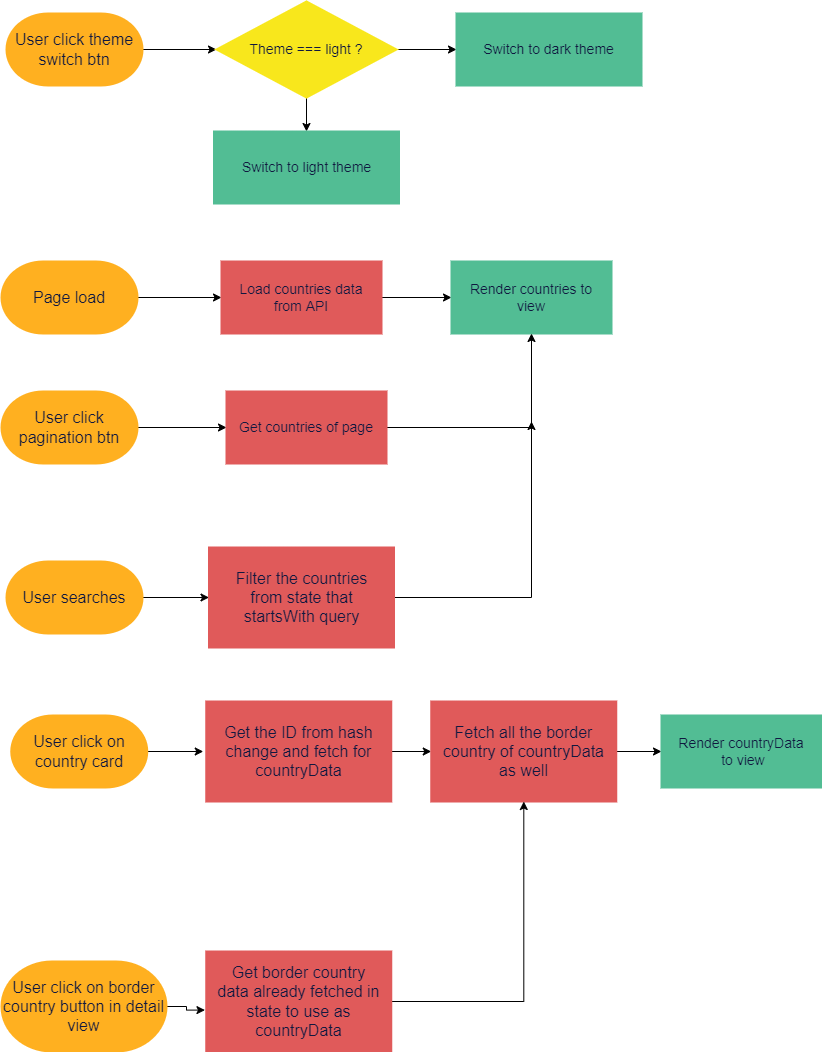
This is img/JS_Country_Project_Flowchart.drawio.png from minnphuc/JS-Country-Project, a draw.io export, as it was before one commit. Source tidied: cells renumbered, new cells last; positions are measured from the earlier drawing's top-left corner, leaving out a move shared by most shapes. The source it was exported from:
```xml
<mxGraphModel>
  <root>
    <mxCell id="0" />
    <mxCell id="1" parent="0" />
    <mxCell id="2" style="edgeStyle=orthogonalEdgeStyle;rounded=0;jettySize=auto;html=1;entryX=0;entryY=0.5;entryDx=0;entryDy=0;" parent="1" edge="1" source="3" target="5">
      <mxGeometry relative="1" as="geometry" />
    </mxCell>
    <mxCell id="3" value="Page load" style="fontSize=16;zwfType=basicShape;strokeWidth=2;html=1;shape=mxgraph.flowchart.terminator;whiteSpace=wrap;strokeColor=#FFB020;fontColor=#101840;fillColor=#FFB020;" parent="1" vertex="1">
      <mxGeometry y="260" width="136" height="72" as="geometry" />
    </mxCell>
    <mxCell id="4" style="edgeStyle=orthogonalEdgeStyle;rounded=0;jettySize=auto;html=1;entryX=0;entryY=0.5;entryDx=0;entryDy=0;" parent="1" edge="1" source="5" target="6">
      <mxGeometry relative="1" as="geometry" />
    </mxCell>
    <mxCell id="5" value="Load countries data from API" style="fontSize=14;spacingLeft=10;spacingRight=10;zwfType=basicShape;rounded=0;strokeWidth=2;strokeColor=#e05a5a;whiteSpace=wrap;html=1;fontColor=#101840;fillColor=#e05a5a;" parent="1" vertex="1">
      <mxGeometry x="220" y="260" width="160" height="72" as="geometry" />
    </mxCell>
    <mxCell id="6" value="Render countries to view" style="fontSize=14;spacingLeft=10;spacingRight=10;zwfType=basicShape;rounded=0;strokeWidth=2;strokeColor=#52BD94;whiteSpace=wrap;html=1;fontColor=#101840;fillColor=#52BD94;" parent="1" vertex="1">
      <mxGeometry x="450" y="260" width="160" height="72" as="geometry" />
    </mxCell>
    <mxCell id="7" style="edgeStyle=orthogonalEdgeStyle;rounded=0;jettySize=auto;html=1;entryX=0;entryY=0.5;entryDx=0;entryDy=0;" parent="1" edge="1" source="8" target="10">
      <mxGeometry relative="1" as="geometry" />
    </mxCell>
    <mxCell id="8" value="User searches" style="fontSize=16;zwfType=basicShape;strokeWidth=2;html=1;shape=mxgraph.flowchart.terminator;whiteSpace=wrap;strokeColor=#FFB020;fontColor=#101840;fillColor=#FFB020;" parent="1" vertex="1">
      <mxGeometry x="5" y="560" width="136" height="72" as="geometry" />
    </mxCell>
    <mxCell id="9" style="edgeStyle=orthogonalEdgeStyle;rounded=0;jettySize=auto;html=1;" parent="1" edge="1" source="10">
      <mxGeometry relative="1" as="geometry">
        <mxPoint x="530" y="420" as="targetPoint" />
      </mxGeometry>
    </mxCell>
    <mxCell id="10" value="Filter the countries from state that startsWith query" style="fontSize=16;spacingLeft=10;spacingRight=10;zwfType=basicShape;rounded=0;strokeWidth=2;strokeColor=#e05a5a;whiteSpace=wrap;html=1;fontColor=#101840;fillColor=#e05a5a;" parent="1" vertex="1">
      <mxGeometry x="207.5" y="546" width="185" height="100" as="geometry" />
    </mxCell>
    <mxCell id="11" style="edgeStyle=orthogonalEdgeStyle;rounded=0;jettySize=auto;html=1;" parent="1" edge="1" source="12" target="14">
      <mxGeometry relative="1" as="geometry" />
    </mxCell>
    <mxCell id="12" value="User click pagination btn" style="fontSize=16;zwfType=basicShape;strokeWidth=2;html=1;shape=mxgraph.flowchart.terminator;whiteSpace=wrap;strokeColor=#FFB020;fontColor=#101840;fillColor=#FFB020;" parent="1" vertex="1">
      <mxGeometry y="390" width="136" height="72" as="geometry" />
    </mxCell>
    <mxCell id="13" style="edgeStyle=orthogonalEdgeStyle;rounded=0;jettySize=auto;html=1;" parent="1" edge="1" source="14" target="6">
      <mxGeometry relative="1" as="geometry" />
    </mxCell>
    <mxCell id="14" value="Get countries of page" style="fontSize=14;spacingLeft=10;spacingRight=10;zwfType=basicShape;rounded=0;strokeWidth=2;strokeColor=#e05a5a;whiteSpace=wrap;html=1;fontColor=#101840;fillColor=#e05a5a;" parent="1" vertex="1">
      <mxGeometry x="225" y="390" width="160" height="72" as="geometry" />
    </mxCell>
    <mxCell id="15" style="edgeStyle=orthogonalEdgeStyle;rounded=0;jettySize=auto;html=1;entryX=0;entryY=0.5;entryDx=0;entryDy=0;" parent="1" edge="1" source="16" target="19">
      <mxGeometry relative="1" as="geometry" />
    </mxCell>
    <mxCell id="16" value="User click theme switch btn" style="fontSize=16;zwfType=basicShape;strokeWidth=2;html=1;shape=mxgraph.flowchart.terminator;whiteSpace=wrap;strokeColor=#FFB020;fontColor=#101840;fillColor=#FFB020;" parent="1" vertex="1">
      <mxGeometry x="5" y="12" width="136" height="72" as="geometry" />
    </mxCell>
    <mxCell id="17" style="edgeStyle=orthogonalEdgeStyle;rounded=0;jettySize=auto;html=1;entryX=0.5;entryY=0;entryDx=0;entryDy=0;" parent="1" edge="1" source="19" target="21">
      <mxGeometry relative="1" as="geometry" />
    </mxCell>
    <mxCell id="18" style="edgeStyle=orthogonalEdgeStyle;rounded=0;jettySize=auto;html=1;entryX=0;entryY=0.5;entryDx=0;entryDy=0;" parent="1" edge="1" source="19" target="20">
      <mxGeometry relative="1" as="geometry" />
    </mxCell>
    <mxCell id="19" value="Theme === light ?" style="fontSize=14;spacingLeft=10;spacingRight=10;zwfType=basicShape;strokeWidth=2;rhombus;whiteSpace=wrap;html=1;strokeColor=#f8e71c;fontColor=#101840;fillColor=#f8e71c;" parent="1" vertex="1">
      <mxGeometry x="215" width="180" height="96" as="geometry" />
    </mxCell>
    <mxCell id="20" value="Switch to dark theme" style="fontSize=14;spacingLeft=10;spacingRight=10;zwfType=basicShape;rounded=0;strokeWidth=2;strokeColor=#52BD94;whiteSpace=wrap;html=1;fontColor=#101840;fillColor=#52BD94;" parent="1" vertex="1">
      <mxGeometry x="455" y="12" width="185" height="72" as="geometry" />
    </mxCell>
    <mxCell id="21" value="Switch to light theme" style="fontSize=14;spacingLeft=10;spacingRight=10;zwfType=basicShape;rounded=0;strokeWidth=2;strokeColor=#52BD94;whiteSpace=wrap;html=1;fontColor=#101840;fillColor=#52BD94;" parent="1" vertex="1">
      <mxGeometry x="212.5" y="130" width="185" height="72" as="geometry" />
    </mxCell>
    <mxCell id="22" style="edgeStyle=orthogonalEdgeStyle;rounded=0;jettySize=auto;html=1;" parent="1" edge="1" source="23">
      <mxGeometry relative="1" as="geometry">
        <mxPoint x="201.8" y="750" as="targetPoint" />
      </mxGeometry>
    </mxCell>
    <mxCell id="23" value="User click on country card" style="fontSize=16;zwfType=basicShape;strokeWidth=2;html=1;shape=mxgraph.flowchart.terminator;whiteSpace=wrap;strokeColor=#FFB020;fontColor=#101840;fillColor=#FFB020;" parent="1" vertex="1">
      <mxGeometry x="9.8" y="714" width="136" height="72" as="geometry" />
    </mxCell>
    <mxCell id="24" style="edgeStyle=orthogonalEdgeStyle;rounded=0;jettySize=auto;html=1;entryX=0;entryY=0.5;entryDx=0;entryDy=0;" parent="1" edge="1" source="25" target="27">
      <mxGeometry relative="1" as="geometry" />
    </mxCell>
    <mxCell id="25" value="Get the ID from hash change and fetch for countryData" style="fontSize=16;spacingLeft=10;spacingRight=10;zwfType=basicShape;rounded=0;strokeWidth=2;strokeColor=#e05a5a;whiteSpace=wrap;html=1;fontColor=#101840;fillColor=#e05a5a;" parent="1" vertex="1">
      <mxGeometry x="204.8" y="700" width="185" height="100" as="geometry" />
    </mxCell>
    <mxCell id="26" style="edgeStyle=orthogonalEdgeStyle;rounded=0;jettySize=auto;html=1;entryX=0;entryY=0.5;entryDx=0;entryDy=0;" parent="1" edge="1" source="27" target="28">
      <mxGeometry relative="1" as="geometry" />
    </mxCell>
    <mxCell id="27" value="Fetch all the border country of countryData as well" style="fontSize=16;spacingLeft=10;spacingRight=10;zwfType=basicShape;rounded=0;strokeWidth=2;strokeColor=#e05a5a;whiteSpace=wrap;html=1;fontColor=#101840;fillColor=#e05a5a;" parent="1" vertex="1">
      <mxGeometry x="429.8" y="700" width="185" height="100" as="geometry" />
    </mxCell>
    <mxCell id="28" value="Render countryData&lt;br&gt;&amp;nbsp;to view" style="fontSize=14;spacingLeft=10;spacingRight=10;zwfType=basicShape;rounded=0;strokeWidth=2;strokeColor=#52BD94;whiteSpace=wrap;html=1;fontColor=#101840;fillColor=#52BD94;" parent="1" vertex="1">
      <mxGeometry x="660" y="714" width="160" height="72" as="geometry" />
    </mxCell>
    <mxCell id="29" style="edgeStyle=orthogonalEdgeStyle;rounded=0;jettySize=auto;html=1;entryX=-0.007;entryY=0.586;entryDx=0;entryDy=0;entryPerimeter=0;" parent="1" edge="1" source="30" target="32">
      <mxGeometry relative="1" as="geometry" />
    </mxCell>
    <mxCell id="30" value="User click on border country button in detail view" style="fontSize=16;zwfType=basicShape;strokeWidth=2;html=1;shape=mxgraph.flowchart.terminator;whiteSpace=wrap;strokeColor=#FFB020;fontColor=#101840;fillColor=#FFB020;" parent="1" vertex="1">
      <mxGeometry y="960" width="165" height="90" as="geometry" />
    </mxCell>
    <mxCell id="31" style="edgeStyle=orthogonalEdgeStyle;rounded=0;jettySize=auto;html=1;" parent="1" edge="1" source="32" target="27">
      <mxGeometry relative="1" as="geometry" />
    </mxCell>
    <mxCell id="32" value="Get border country data already fetched in state to use as countryData" style="fontSize=16;spacingLeft=10;spacingRight=10;zwfType=basicShape;rounded=0;strokeWidth=2;strokeColor=#e05a5a;whiteSpace=wrap;html=1;fontColor=#101840;fillColor=#e05a5a;" parent="1" vertex="1">
      <mxGeometry x="204.8" y="950" width="185" height="100" as="geometry" />
    </mxCell>
  </root>
</mxGraphModel>
```
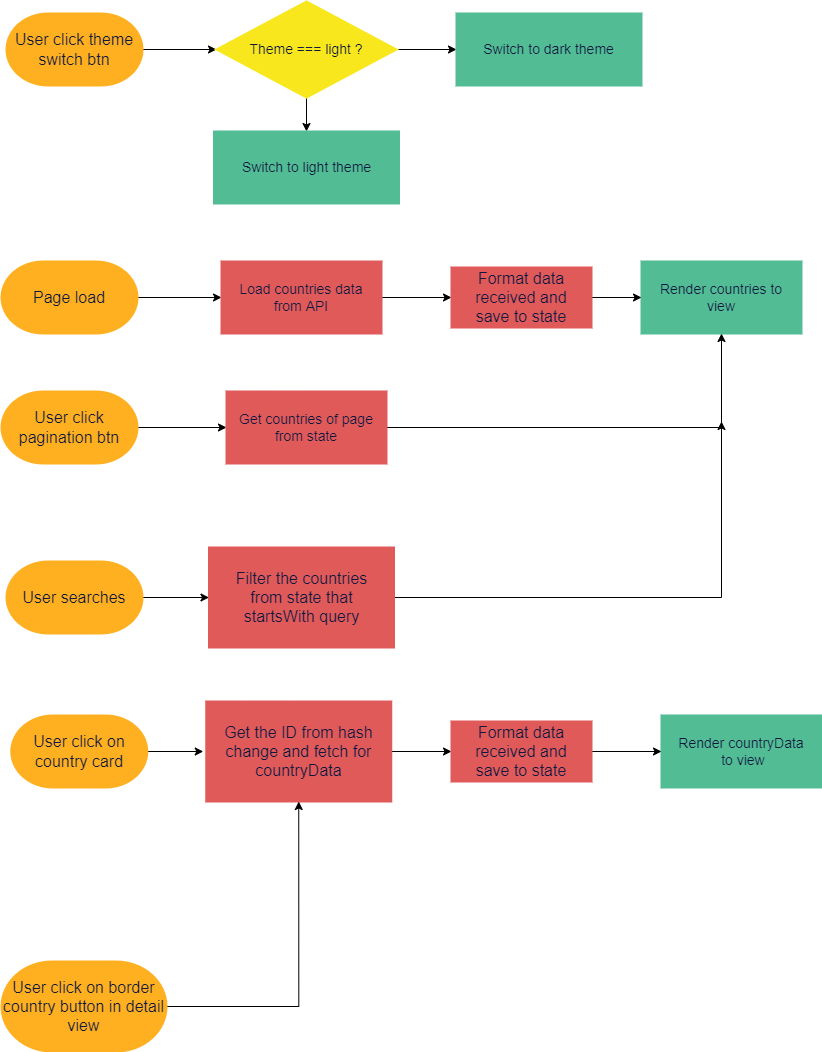
The same diagram one commit later.

The edit, as a diff of the source:
```diff
@@ -8,14 +8,14 @@
     <mxCell id="3" value="Page load" style="fontSize=16;zwfType=basicShape;strokeWidth=2;html=1;shape=mxgraph.flowchart.terminator;whiteSpace=wrap;strokeColor=#FFB020;fontColor=#101840;fillColor=#FFB020;" parent="1" vertex="1">
       <mxGeometry y="260" width="136" height="72" as="geometry" />
     </mxCell>
-    <mxCell id="4" style="edgeStyle=orthogonalEdgeStyle;rounded=0;jettySize=auto;html=1;entryX=0;entryY=0.5;entryDx=0;entryDy=0;" parent="1" edge="1" source="5" target="6">
-      <mxGeometry relative="1" as="geometry" />
-    </mxCell>
+    <mxCell id="33" style="edgeStyle=orthogonalEdgeStyle;rounded=0;jettySize=auto;html=1;entryX=0;entryY=0.5;entryDx=0;entryDy=0;" parent="1" edge="1" source="5" target="40">
+      <mxGeometry relative="1" as="geometry" />
+    </mxCell>
     <mxCell id="5" value="Load countries data from API" style="fontSize=14;spacingLeft=10;spacingRight=10;zwfType=basicShape;rounded=0;strokeWidth=2;strokeColor=#e05a5a;whiteSpace=wrap;html=1;fontColor=#101840;fillColor=#e05a5a;" parent="1" vertex="1">
       <mxGeometry x="220" y="260" width="160" height="72" as="geometry" />
     </mxCell>
     <mxCell id="6" value="Render countries to view" style="fontSize=14;spacingLeft=10;spacingRight=10;zwfType=basicShape;rounded=0;strokeWidth=2;strokeColor=#52BD94;whiteSpace=wrap;html=1;fontColor=#101840;fillColor=#52BD94;" parent="1" vertex="1">
-      <mxGeometry x="450" y="260" width="160" height="72" as="geometry" />
+      <mxGeometry x="640" y="260" width="160" height="72" as="geometry" />
     </mxCell>
     <mxCell id="7" style="edgeStyle=orthogonalEdgeStyle;rounded=0;jettySize=auto;html=1;entryX=0;entryY=0.5;entryDx=0;entryDy=0;" parent="1" edge="1" source="8" target="10">
       <mxGeometry relative="1" as="geometry" />
@@ -23,11 +23,11 @@
     <mxCell id="8" value="User searches" style="fontSize=16;zwfType=basicShape;strokeWidth=2;html=1;shape=mxgraph.flowchart.terminator;whiteSpace=wrap;strokeColor=#FFB020;fontColor=#101840;fillColor=#FFB020;" parent="1" vertex="1">
       <mxGeometry x="5" y="560" width="136" height="72" as="geometry" />
     </mxCell>
-    <mxCell id="9" style="edgeStyle=orthogonalEdgeStyle;rounded=0;jettySize=auto;html=1;" parent="1" edge="1" source="10">
-      <mxGeometry relative="1" as="geometry">
-        <mxPoint x="530" y="420" as="targetPoint" />
-      </mxGeometry>
-    </mxCell>
+    <mxCell id="34" style="edgeStyle=orthogonalEdgeStyle;rounded=0;jettySize=auto;html=1;" parent="1" edge="1" source="10">
+      <mxGeometry relative="1" as="geometry">
+        <mxPoint x="720" y="420" as="targetPoint" />
+      </mxGeometry>
+    </mxCell>
     <mxCell id="10" value="Filter the countries from state that startsWith query" style="fontSize=16;spacingLeft=10;spacingRight=10;zwfType=basicShape;rounded=0;strokeWidth=2;strokeColor=#e05a5a;whiteSpace=wrap;html=1;fontColor=#101840;fillColor=#e05a5a;" parent="1" vertex="1">
       <mxGeometry x="207.5" y="546" width="185" height="100" as="geometry" />
     </mxCell>
@@ -37,10 +37,10 @@
     <mxCell id="12" value="User click pagination btn" style="fontSize=16;zwfType=basicShape;strokeWidth=2;html=1;shape=mxgraph.flowchart.terminator;whiteSpace=wrap;strokeColor=#FFB020;fontColor=#101840;fillColor=#FFB020;" parent="1" vertex="1">
       <mxGeometry y="390" width="136" height="72" as="geometry" />
     </mxCell>
-    <mxCell id="13" style="edgeStyle=orthogonalEdgeStyle;rounded=0;jettySize=auto;html=1;" parent="1" edge="1" source="14" target="6">
+    <mxCell id="13" style="edgeStyle=orthogonalEdgeStyle;rounded=0;jettySize=auto;html=1;entryX=0.5;entryY=1;entryDx=0;entryDy=0;" parent="1" edge="1" source="14" target="6">
       <mxGeometry relative="1" as="geometry" />
     </mxCell>
-    <mxCell id="14" value="Get countries of page" style="fontSize=14;spacingLeft=10;spacingRight=10;zwfType=basicShape;rounded=0;strokeWidth=2;strokeColor=#e05a5a;whiteSpace=wrap;html=1;fontColor=#101840;fillColor=#e05a5a;" parent="1" vertex="1">
+    <mxCell id="14" value="Get countries of page from state" style="fontSize=14;spacingLeft=10;spacingRight=10;zwfType=basicShape;rounded=0;strokeWidth=2;strokeColor=#e05a5a;whiteSpace=wrap;html=1;fontColor=#101840;fillColor=#e05a5a;" parent="1" vertex="1">
       <mxGeometry x="225" y="390" width="160" height="72" as="geometry" />
     </mxCell>
     <mxCell id="15" style="edgeStyle=orthogonalEdgeStyle;rounded=0;jettySize=auto;html=1;entryX=0;entryY=0.5;entryDx=0;entryDy=0;" parent="1" edge="1" source="16" target="19">
@@ -72,32 +72,32 @@
     <mxCell id="23" value="User click on country card" style="fontSize=16;zwfType=basicShape;strokeWidth=2;html=1;shape=mxgraph.flowchart.terminator;whiteSpace=wrap;strokeColor=#FFB020;fontColor=#101840;fillColor=#FFB020;" parent="1" vertex="1">
       <mxGeometry x="9.8" y="714" width="136" height="72" as="geometry" />
     </mxCell>
-    <mxCell id="24" style="edgeStyle=orthogonalEdgeStyle;rounded=0;jettySize=auto;html=1;entryX=0;entryY=0.5;entryDx=0;entryDy=0;" parent="1" edge="1" source="25" target="27">
-      <mxGeometry relative="1" as="geometry" />
-    </mxCell>
+    <mxCell id="35" style="edgeStyle=orthogonalEdgeStyle;rounded=0;jettySize=auto;html=1;entryX=0;entryY=0.5;entryDx=0;entryDy=0;" parent="1" edge="1" source="25" target="38">
+      <mxGeometry relative="1" as="geometry" />
+    </mxCell>
     <mxCell id="25" value="Get the ID from hash change and fetch for countryData" style="fontSize=16;spacingLeft=10;spacingRight=10;zwfType=basicShape;rounded=0;strokeWidth=2;strokeColor=#e05a5a;whiteSpace=wrap;html=1;fontColor=#101840;fillColor=#e05a5a;" parent="1" vertex="1">
       <mxGeometry x="204.8" y="700" width="185" height="100" as="geometry" />
     </mxCell>
-    <mxCell id="26" style="edgeStyle=orthogonalEdgeStyle;rounded=0;jettySize=auto;html=1;entryX=0;entryY=0.5;entryDx=0;entryDy=0;" parent="1" edge="1" source="27" target="28">
-      <mxGeometry relative="1" as="geometry" />
-    </mxCell>
-    <mxCell id="27" value="Fetch all the border country of countryData as well" style="fontSize=16;spacingLeft=10;spacingRight=10;zwfType=basicShape;rounded=0;strokeWidth=2;strokeColor=#e05a5a;whiteSpace=wrap;html=1;fontColor=#101840;fillColor=#e05a5a;" parent="1" vertex="1">
-      <mxGeometry x="429.8" y="700" width="185" height="100" as="geometry" />
-    </mxCell>
     <mxCell id="28" value="Render countryData&lt;br&gt;&amp;nbsp;to view" style="fontSize=14;spacingLeft=10;spacingRight=10;zwfType=basicShape;rounded=0;strokeWidth=2;strokeColor=#52BD94;whiteSpace=wrap;html=1;fontColor=#101840;fillColor=#52BD94;" parent="1" vertex="1">
       <mxGeometry x="660" y="714" width="160" height="72" as="geometry" />
     </mxCell>
-    <mxCell id="29" style="edgeStyle=orthogonalEdgeStyle;rounded=0;jettySize=auto;html=1;entryX=-0.007;entryY=0.586;entryDx=0;entryDy=0;entryPerimeter=0;" parent="1" edge="1" source="30" target="32">
-      <mxGeometry relative="1" as="geometry" />
-    </mxCell>
+    <mxCell id="36" style="edgeStyle=orthogonalEdgeStyle;rounded=0;jettySize=auto;html=1;entryX=0.5;entryY=1;entryDx=0;entryDy=0;" parent="1" edge="1" source="30" target="25">
+      <mxGeometry relative="1" as="geometry" />
+    </mxCell>
     <mxCell id="30" value="User click on border country button in detail view" style="fontSize=16;zwfType=basicShape;strokeWidth=2;html=1;shape=mxgraph.flowchart.terminator;whiteSpace=wrap;strokeColor=#FFB020;fontColor=#101840;fillColor=#FFB020;" parent="1" vertex="1">
       <mxGeometry y="960" width="165" height="90" as="geometry" />
     </mxCell>
-    <mxCell id="31" style="edgeStyle=orthogonalEdgeStyle;rounded=0;jettySize=auto;html=1;" parent="1" edge="1" source="32" target="27">
-      <mxGeometry relative="1" as="geometry" />
-    </mxCell>
-    <mxCell id="32" value="Get border country data already fetched in state to use as countryData" style="fontSize=16;spacingLeft=10;spacingRight=10;zwfType=basicShape;rounded=0;strokeWidth=2;strokeColor=#e05a5a;whiteSpace=wrap;html=1;fontColor=#101840;fillColor=#e05a5a;" parent="1" vertex="1">
-      <mxGeometry x="204.8" y="950" width="185" height="100" as="geometry" />
-    </mxCell>
+    <mxCell id="37" style="edgeStyle=orthogonalEdgeStyle;rounded=0;jettySize=auto;html=1;entryX=0;entryY=0.5;entryDx=0;entryDy=0;" parent="1" edge="1" source="38" target="28">
+      <mxGeometry relative="1" as="geometry" />
+    </mxCell>
+    <mxCell id="38" value="Format data received and save to state&lt;br&gt;" style="fontSize=16;spacingLeft=10;spacingRight=10;zwfType=basicShape;rounded=0;strokeWidth=2;strokeColor=#e05a5a;whiteSpace=wrap;html=1;fontColor=#101840;fillColor=#e05a5a;" parent="1" vertex="1">
+      <mxGeometry x="450" y="720" width="140" height="60" as="geometry" />
+    </mxCell>
+    <mxCell id="39" style="edgeStyle=orthogonalEdgeStyle;rounded=0;jettySize=auto;html=1;entryX=0;entryY=0.5;entryDx=0;entryDy=0;" parent="1" edge="1" source="40" target="6">
+      <mxGeometry relative="1" as="geometry" />
+    </mxCell>
+    <mxCell id="40" value="Format data received and save to state&lt;br&gt;" style="fontSize=16;spacingLeft=10;spacingRight=10;zwfType=basicShape;rounded=0;strokeWidth=2;strokeColor=#e05a5a;whiteSpace=wrap;html=1;fontColor=#101840;fillColor=#e05a5a;" parent="1" vertex="1">
+      <mxGeometry x="450" y="266" width="140" height="60" as="geometry" />
+    </mxCell>
   </root>
 </mxGraphModel>
```
